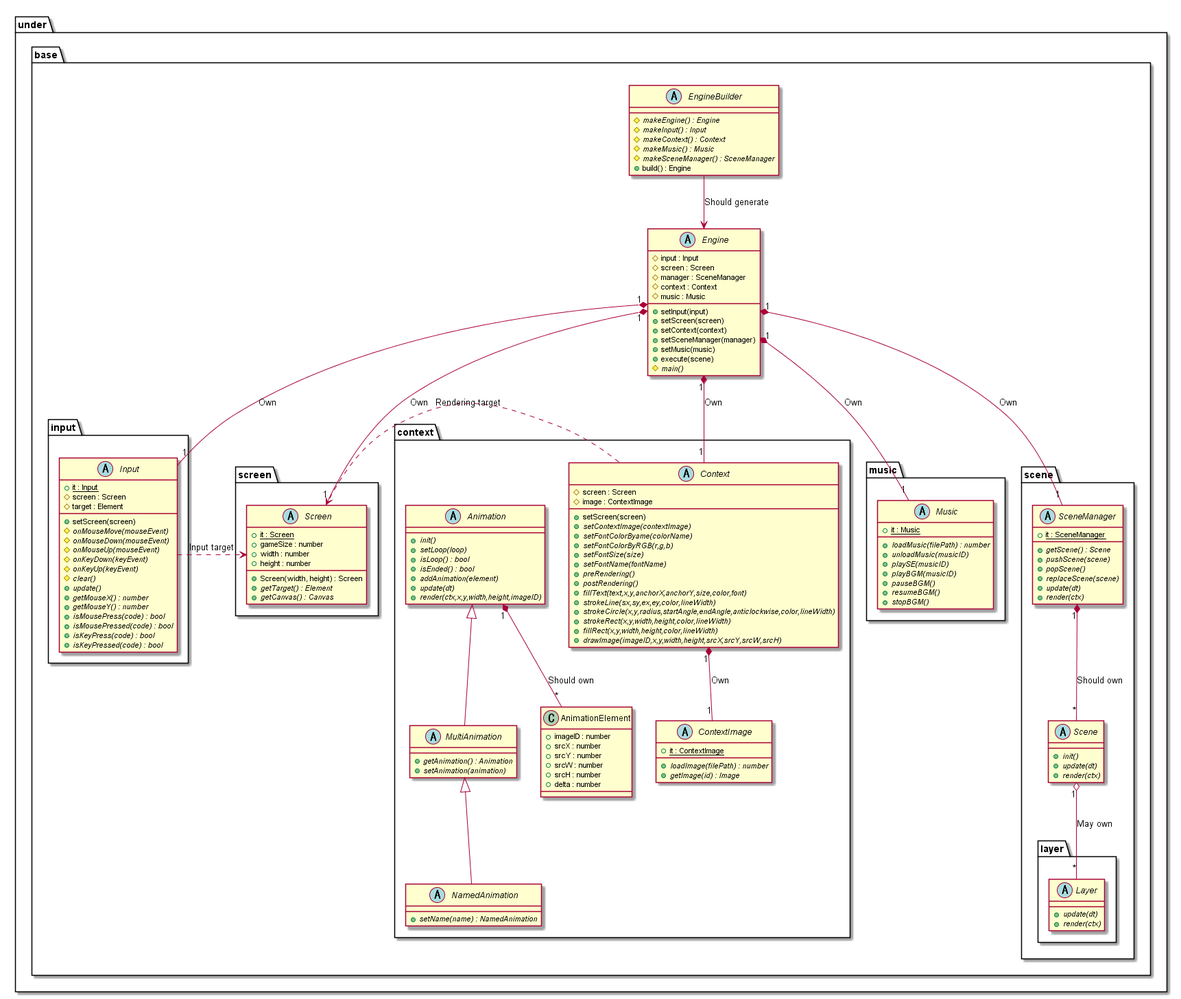
Earlier version of the PlantUML export out/uml/gamebase/Base/GameBaseBase.png (Expine/Under).
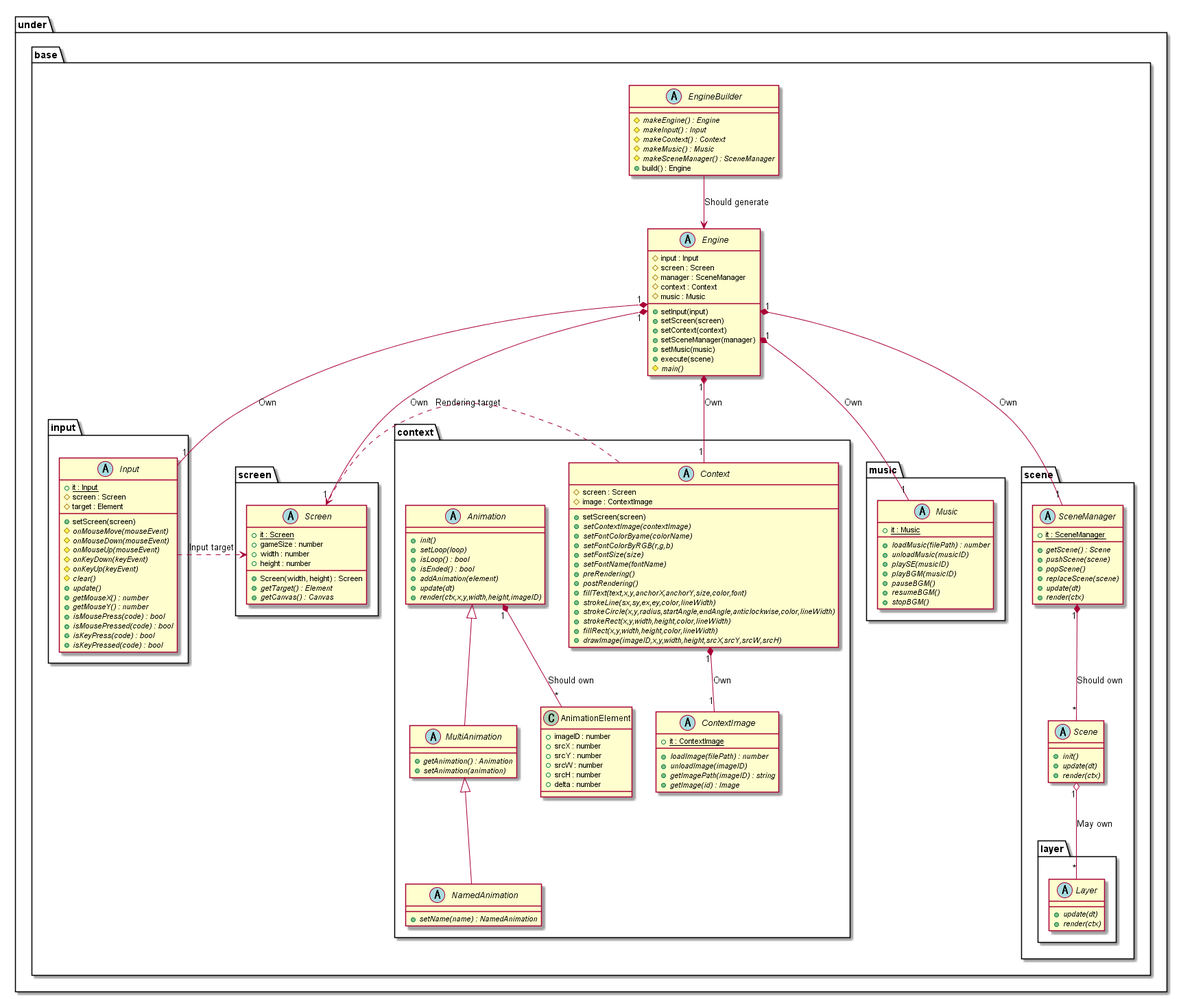
The same file after the commit.

The edit, as a diff of the source:
```diff
@@ -94,6 +94,8 @@
             abstract ContextImage {
                 {static} +it : ContextImage
                 {abstract} +loadImage(filePath) : number
+                {abstract} +unloadImage(imageID)
+                {abstract} +getImagePath(imageID) : string
                 {abstract} +getImage(id) : Image
             }
 
```
